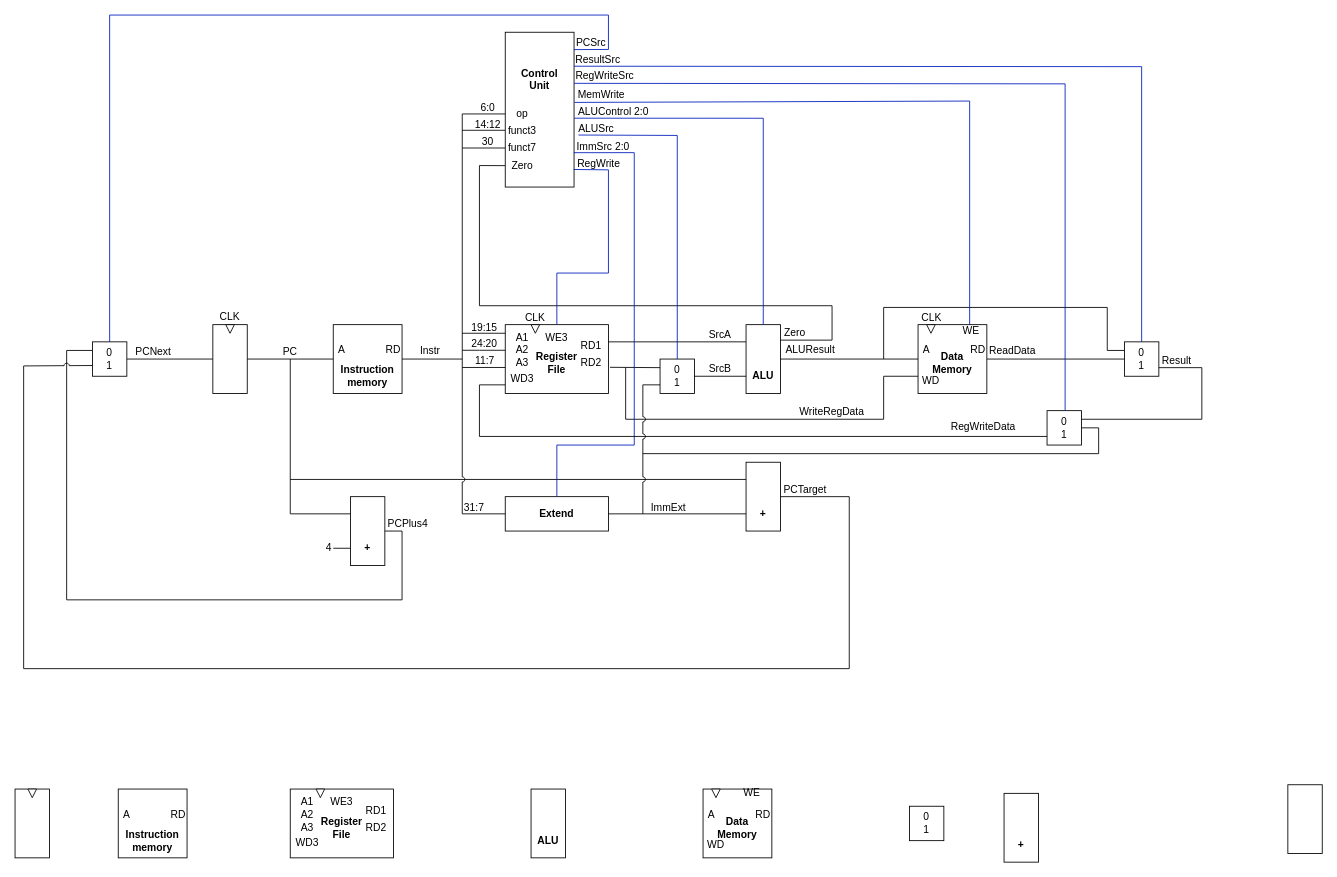
Earlier version of the draw.io diagram doc/riscv-cpu.drawio (myay/riscv_myay). Source tidied: cells renumbered, new cells numbered last; positions are measured from the earlier drawing's top-left corner, leaving out a move shared by most shapes. Both pictures are drawn from the tidied source at 86%, with x=0, y=0 at pixel (15, 15).
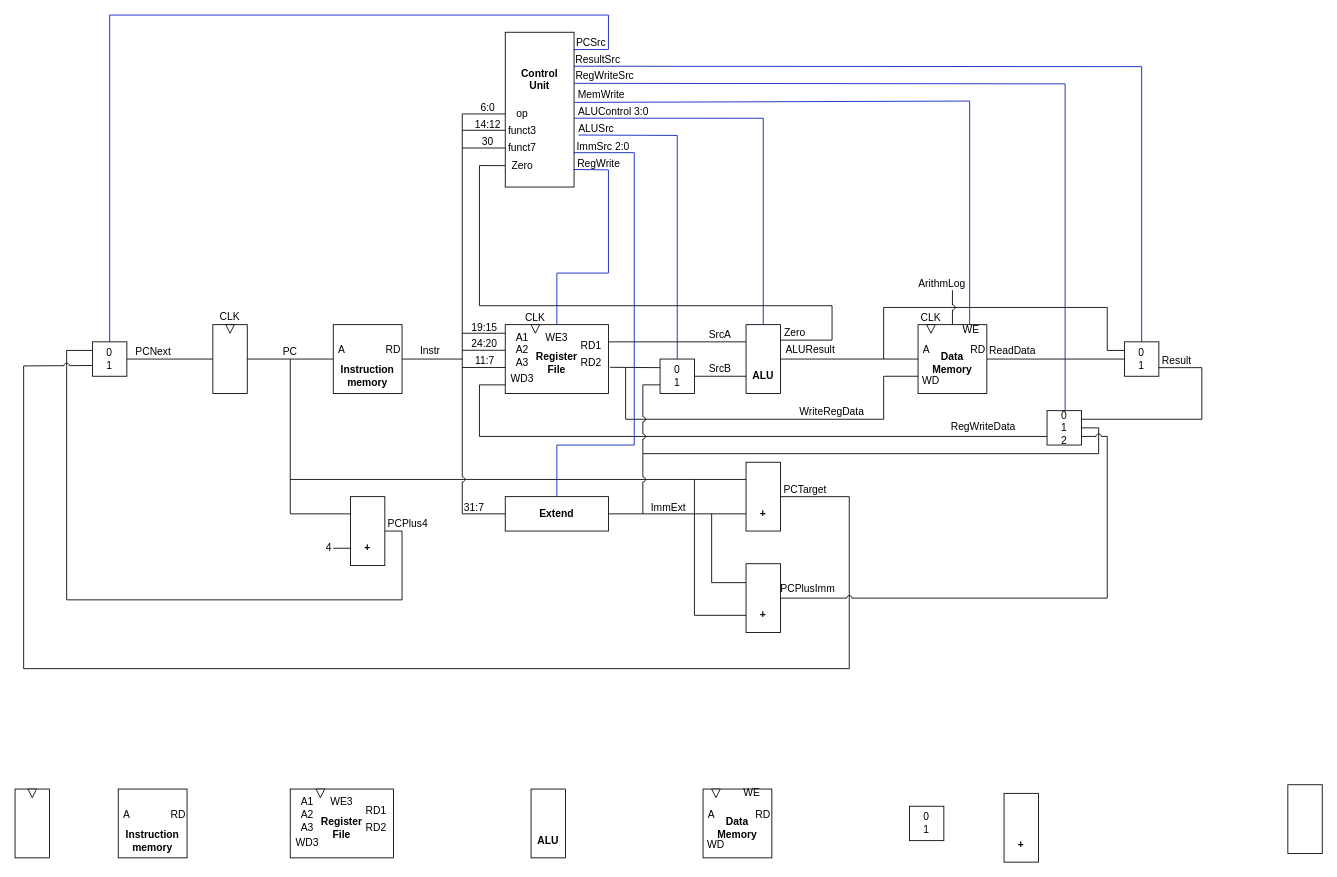
The same page after the edit.

Unchanged cells that the change refers to:
```xml
<mxCell id="44" style="rounded=0;whiteSpace=wrap;html=1;" parent="1" vertex="1">
  <mxGeometry x="1050" y="360" width="80" height="80" as="geometry" />
</mxCell>
<mxCell id="132" style="rounded=0;whiteSpace=wrap;html=1;" parent="1" vertex="1">
  <mxGeometry x="1200" y="460" width="40" height="40" as="geometry" />
</mxCell>
```

What changed in the source:
```diff
@@
     <mxCell id="48" value="WE" style="text;html=1;align=center;verticalAlign=middle;whiteSpace=wrap;rounded=0;" parent="1" vertex="1">
-      <mxGeometry x="1082" y="352" width="60" height="30" as="geometry" />
+      <mxGeometry x="1101" y="360" width="22" height="12" as="geometry" />
     </mxCell>
@@
     <mxCell id="105" value="CLK" style="text;html=1;align=center;verticalAlign=middle;whiteSpace=wrap;rounded=0;" parent="1" vertex="1">
-      <mxGeometry x="1036" y="337" width="60" height="30" as="geometry" />
+      <mxGeometry x="1053" y="345" width="24" height="13" as="geometry" />
     </mxCell>
@@
-    <mxCell id="128" value="ALUControl 2:0" style="text;html=1;align=center;verticalAlign=middle;whiteSpace=wrap;rounded=0;" parent="1" vertex="1">
+    <mxCell id="128" value="ALUControl 3&lt;span style=&quot;background-color: initial;&quot;&gt;:0&lt;/span&gt;" style="text;html=1;align=center;verticalAlign=middle;whiteSpace=wrap;rounded=0;" parent="1" vertex="1">
       <mxGeometry x="646" y="98" width="100" height="30" as="geometry" />
     </mxCell>
@@
-    <mxCell id="133" value="0&lt;div&gt;1&lt;/div&gt;" style="text;html=1;align=center;verticalAlign=middle;whiteSpace=wrap;rounded=0;" parent="1" vertex="1">
-      <mxGeometry x="1190" y="465" width="60" height="30" as="geometry" />
+    <mxCell id="133" value="0&lt;div&gt;1&lt;br&gt;2&lt;/div&gt;" style="text;html=1;align=center;verticalAlign=middle;whiteSpace=wrap;rounded=0;" parent="1" vertex="1">
+      <mxGeometry x="1210" y="465" width="20" height="30" as="geometry" />
     </mxCell>
@@
-    <mxCell id="142" style="endArrow=none;html=1;rounded=0;entryX=1;entryY=0.75;entryDx=0;entryDy=0;jumpStyle=none;" parent="1" edge="1">
+    <mxCell id="142" style="endArrow=none;html=1;rounded=0;jumpStyle=none;entryX=1;entryY=0.5;entryDx=0;entryDy=0;" parent="1" edge="1" target="132">
       <mxGeometry relative="1" as="geometry">
         <mxPoint x="730" y="510" as="sourcePoint" />
-        <mxPoint x="1240" y="480" as="targetPoint" />
         <Array as="points">
           <mxPoint x="1260" y="510" />
           <mxPoint x="1260" y="480" />
         </Array>
       </mxGeometry>
     </mxCell>
@@
+    <mxCell id="146" style="endArrow=none;html=1;rounded=0;exitX=0;exitY=0.75;exitDx=0;exitDy=0;" parent="1" edge="1" source="148">
+      <mxGeometry relative="1" as="geometry">
+        <mxPoint x="790" y="540" as="targetPoint" />
+        <Array as="points">
+          <mxPoint x="790" y="698" />
+        </Array>
+      </mxGeometry>
+    </mxCell>
+    <mxCell id="147" style="endArrow=none;html=1;rounded=0;exitX=0.013;exitY=0.275;exitDx=0;exitDy=0;exitPerimeter=0;" parent="1" edge="1" source="148">
+      <mxGeometry relative="1" as="geometry">
+        <mxPoint x="810" y="580" as="targetPoint" />
+        <Array as="points">
+          <mxPoint x="810" y="660" />
+        </Array>
+      </mxGeometry>
+    </mxCell>
+    <mxCell id="148" style="rounded=0;whiteSpace=wrap;html=1;" parent="1" vertex="1">
+      <mxGeometry x="850" y="638" width="40" height="80" as="geometry" />
+    </mxCell>
+    <mxCell id="149" value="&lt;b&gt;+&lt;/b&gt;" style="text;html=1;align=center;verticalAlign=middle;whiteSpace=wrap;rounded=0;" parent="1" vertex="1">
+      <mxGeometry x="840" y="683" width="60" height="30" as="geometry" />
+    </mxCell>
+    <mxCell id="150" style="endArrow=none;html=1;rounded=0;exitX=1;exitY=0.5;exitDx=0;exitDy=0;entryX=1;entryY=0.75;entryDx=0;entryDy=0;jumpStyle=arc;" parent="1" edge="1" source="148" target="132">
+      <mxGeometry relative="1" as="geometry">
+        <Array as="points">
+          <mxPoint x="1270" y="678" />
+          <mxPoint x="1270" y="490" />
+        </Array>
+      </mxGeometry>
+    </mxCell>
+    <mxCell id="151" value="PCPlusImm" style="text;html=1;align=center;verticalAlign=middle;whiteSpace=wrap;rounded=0;" parent="1" vertex="1">
+      <mxGeometry x="892" y="652" width="60" height="30" as="geometry" />
+    </mxCell>
+    <mxCell id="152" style="endArrow=none;html=1;rounded=0;entryX=0.5;entryY=0;entryDx=0;entryDy=0;jumpStyle=arc;" parent="1" edge="1" target="44">
+      <mxGeometry relative="1" as="geometry">
+        <mxPoint x="1090" y="320" as="sourcePoint" />
+      </mxGeometry>
+    </mxCell>
+    <mxCell id="153" value="ArithmLog" style="text;html=1;align=center;verticalAlign=middle;whiteSpace=wrap;rounded=0;" parent="1" vertex="1">
+      <mxGeometry x="1048" y="305" width="60" height="15" as="geometry" />
+    </mxCell>
```
